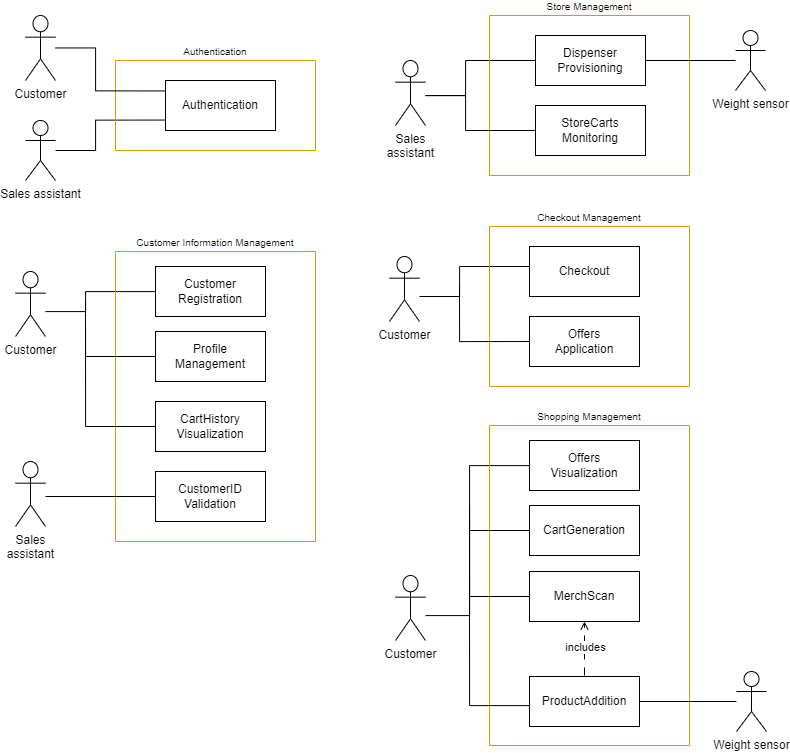
Earlier version of the draw.io export documentation/1.SoftwareRequirements/UseCaseDiagram_bounded.png (natras2/UbiquitousShopping). Source tidied: cells renumbered, new cells last; positions are measured from the earlier drawing's top-left corner, leaving out a move shared by most shapes.
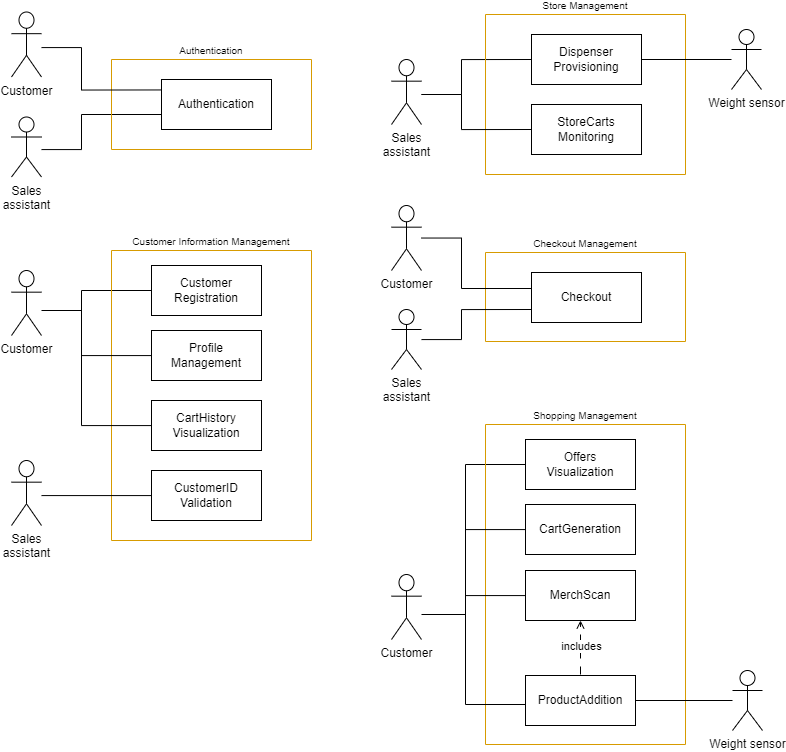
Later version of the same file.

Change to the diagram source:
```diff
@@ -25,14 +25,15 @@
     <mxCell id="7" value="CartHistory&lt;br&gt;Visualization" style="html=1;whiteSpace=wrap;" parent="4" vertex="1">
       <mxGeometry x="40" y="150" width="110" height="50" as="geometry" />
     </mxCell>
-    <mxCell id="8" value="Sales assistant" style="shape=umlActor;verticalLabelPosition=bottom;verticalAlign=top;html=1;" parent="1" vertex="1">
-      <mxGeometry x="10" y="105" width="30" height="60" as="geometry" />
+    <mxCell id="8" value="Sales &lt;br&gt;assistant" style="shape=umlActor;verticalLabelPosition=bottom;verticalAlign=top;html=1;" parent="1" vertex="1">
+      <mxGeometry y="102.5" width="30" height="60" as="geometry" />
     </mxCell>
     <mxCell id="9" style="endArrow=none;endFill=0;endSize=12;html=1;rounded=0;edgeStyle=orthogonalEdgeStyle;entryX=0.002;entryY=0.791;entryDx=0;entryDy=0;entryPerimeter=0;" parent="1" edge="1" source="8" target="11">
       <mxGeometry relative="1" as="geometry">
         <Array as="points">
-          <mxPoint x="80" y="135" />
-          <mxPoint x="80" y="105" />
+          <mxPoint x="70" y="135" />
+          <mxPoint x="70" y="100" />
+          <mxPoint x="150" y="100" />
         </Array>
       </mxGeometry>
     </mxCell>
@@ -43,7 +44,7 @@
       <mxGeometry x="50" y="20" width="110" height="50" as="geometry" />
     </mxCell>
     <mxCell id="12" value="Customer" style="shape=umlActor;verticalLabelPosition=bottom;verticalAlign=top;html=1;" parent="1" vertex="1">
-      <mxGeometry x="10" width="30" height="65" as="geometry" />
+      <mxGeometry y="-2.5" width="30" height="65" as="geometry" />
     </mxCell>
     <mxCell id="13" style="endArrow=none;endFill=0;endSize=12;html=1;rounded=0;edgeStyle=orthogonalEdgeStyle;" parent="1" edge="1" target="6">
       <mxGeometry relative="1" as="geometry">
@@ -59,8 +60,8 @@
     <mxCell id="15" style="endArrow=none;endFill=0;endSize=12;html=1;rounded=0;edgeStyle=orthogonalEdgeStyle;entryX=-0.002;entryY=0.209;entryDx=0;entryDy=0;entryPerimeter=0;" parent="1" edge="1" source="12" target="11">
       <mxGeometry relative="1" as="geometry">
         <Array as="points">
-          <mxPoint x="80" y="33" />
-          <mxPoint x="80" y="75" />
+          <mxPoint x="70" y="33" />
+          <mxPoint x="70" y="76" />
         </Array>
       </mxGeometry>
     </mxCell>
@@ -130,34 +131,12 @@
     <mxCell id="29" style="endArrow=none;html=1;rounded=0;" parent="1" edge="1" source="22" target="28">
       <mxGeometry relative="1" as="geometry" />
     </mxCell>
-    <mxCell id="30" value="Customer" style="shape=umlActor;verticalLabelPosition=bottom;verticalAlign=top;html=1;" parent="1" vertex="1">
-      <mxGeometry x="374" y="241" width="30" height="65" as="geometry" />
-    </mxCell>
-    <mxCell id="31" style="endArrow=none;endFill=0;endSize=12;html=1;rounded=0;edgeStyle=orthogonalEdgeStyle;" parent="1" edge="1" source="30" target="33">
-      <mxGeometry relative="1" as="geometry">
-        <Array as="points">
-          <mxPoint x="444" y="281" />
-          <mxPoint x="444" y="251" />
-        </Array>
-      </mxGeometry>
-    </mxCell>
     <mxCell id="32" value="Checkout Management" style="swimlane;startSize=0;fillColor=#ffe6cc;strokeColor=#d79b00;labelBackgroundColor=default;fontSize=10;fontStyle=0;align=center;verticalAlign=bottom;" parent="1" vertex="1">
-      <mxGeometry x="474" y="211" width="200" height="160" as="geometry" />
+      <mxGeometry x="474" y="238" width="200" height="89" as="geometry" />
     </mxCell>
     <mxCell id="33" value="Checkout" style="html=1;whiteSpace=wrap;" parent="32" vertex="1">
-      <mxGeometry x="40" y="20" width="110" height="50" as="geometry" />
+      <mxGeometry x="46" y="20" width="110" height="50" as="geometry" />
     </mxCell>
-    <mxCell id="34" value="Offers &lt;br&gt;Application" style="html=1;whiteSpace=wrap;" parent="32" vertex="1">
-      <mxGeometry x="40" y="90" width="110" height="50" as="geometry" />
-    </mxCell>
-    <mxCell id="35" style="endArrow=none;endFill=0;endSize=12;html=1;rounded=0;edgeStyle=orthogonalEdgeStyle;entryX=0;entryY=0.5;entryDx=0;entryDy=0;" parent="1" edge="1" target="34">
-      <mxGeometry relative="1" as="geometry">
-        <mxPoint x="444" y="271" as="sourcePoint" />
-        <Array as="points">
-          <mxPoint x="444" y="326" />
-        </Array>
-      </mxGeometry>
-    </mxCell>
     <mxCell id="36" value="Sales &lt;br&gt;assistant" style="shape=umlActor;verticalLabelPosition=bottom;verticalAlign=top;html=1;" parent="1" vertex="1">
       <mxGeometry x="380" y="45" width="30" height="65" as="geometry" />
     </mxCell>
@@ -213,5 +192,30 @@
         </Array>
       </mxGeometry>
     </mxCell>
+    <mxCell id="48" value="Sales &lt;br&gt;assistant" style="shape=umlActor;verticalLabelPosition=bottom;verticalAlign=top;html=1;" parent="1" vertex="1">
+      <mxGeometry x="380" y="295" width="30" height="60" as="geometry" />
+    </mxCell>
+    <mxCell id="49" style="endArrow=none;endFill=0;endSize=12;html=1;rounded=0;edgeStyle=orthogonalEdgeStyle;entryX=0.002;entryY=0.791;entryDx=0;entryDy=0;entryPerimeter=0;" parent="1" edge="1" source="48">
+      <mxGeometry relative="1" as="geometry">
+        <mxPoint x="520" y="295" as="targetPoint" />
+        <Array as="points">
+          <mxPoint x="450" y="325" />
+          <mxPoint x="450" y="295" />
+        </Array>
+      </mxGeometry>
+    </mxCell>
+    <mxCell id="30" value="Customer" style="shape=umlActor;verticalLabelPosition=bottom;verticalAlign=top;html=1;" parent="1" vertex="1">
+      <mxGeometry x="380" y="191" width="30" height="65" as="geometry" />
+    </mxCell>
+    <mxCell id="50" style="endArrow=none;endFill=0;endSize=12;html=1;rounded=0;edgeStyle=orthogonalEdgeStyle;entryX=-0.002;entryY=0.209;entryDx=0;entryDy=0;entryPerimeter=0;" parent="1" edge="1" source="30">
+      <mxGeometry relative="1" as="geometry">
+        <mxPoint x="520" y="265" as="targetPoint" />
+        <Array as="points">
+          <mxPoint x="450" y="223" />
+          <mxPoint x="450" y="274" />
+          <mxPoint x="520" y="274" />
+        </Array>
+      </mxGeometry>
+    </mxCell>
   </root>
 </mxGraphModel>
```
